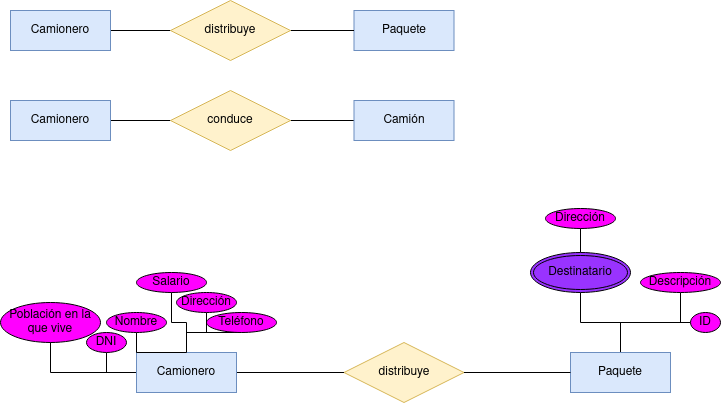
Before: Unidad-1/Tareas/Tarea-3/Diagrama Tarea 4.drawio.png, a diagram exported from draw.io (RafaelMayor/base-datos). Source tidied: cells renumbered, new cells last; positions are measured from the earlier drawing's top-left corner, leaving out a move shared by most shapes.
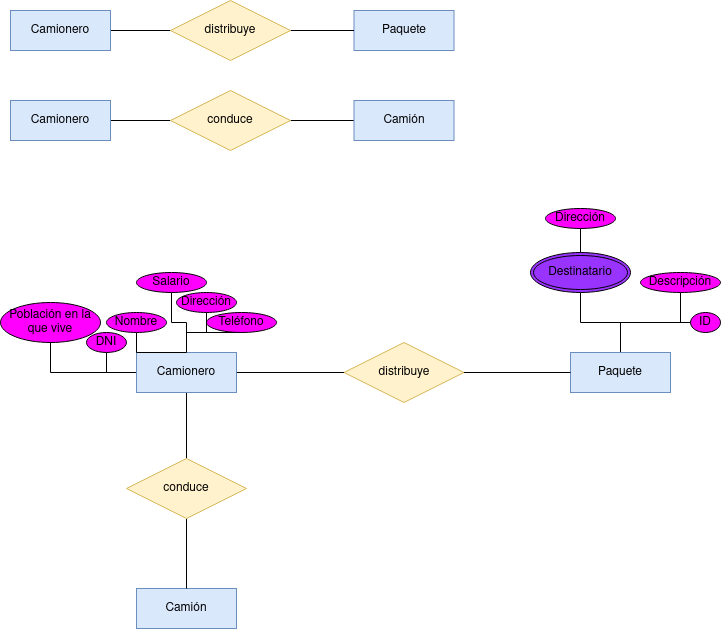
The same diagram one commit later.

The edit, as a diff of the source:
```diff
@@ -47,6 +47,9 @@
     <mxCell id="16" style="edgeStyle=orthogonalEdgeStyle;rounded=0;jettySize=auto;html=1;entryX=0;entryY=0.5;entryDx=0;entryDy=0;endArrow=none;endFill=0;" parent="1" edge="1" source="17" target="36">
       <mxGeometry relative="1" as="geometry" />
     </mxCell>
+    <mxCell id="37" style="edgeStyle=orthogonalEdgeStyle;rounded=0;jettySize=auto;html=1;entryX=0.5;entryY=0;entryDx=0;entryDy=0;endArrow=none;endFill=0;" parent="1" edge="1" source="17" target="40">
+      <mxGeometry relative="1" as="geometry" />
+    </mxCell>
     <mxCell id="17" value="Camionero" style="whiteSpace=wrap;html=1;align=center;fillColor=#dae8fc;strokeColor=#6c8ebf;" parent="1" vertex="1">
       <mxGeometry x="136" y="352" width="100" height="40" as="geometry" />
     </mxCell>
@@ -107,5 +110,14 @@
     <mxCell id="36" value="distribuye" style="shape=rhombus;perimeter=rhombusPerimeter;whiteSpace=wrap;html=1;align=center;fillColor=#fff2cc;strokeColor=#d6b656;" parent="1" vertex="1">
       <mxGeometry x="343.5" y="342" width="120" height="60" as="geometry" />
     </mxCell>
+    <mxCell id="38" value="Camión" style="whiteSpace=wrap;html=1;align=center;fillColor=#dae8fc;strokeColor=#6c8ebf;" parent="1" vertex="1">
+      <mxGeometry x="136" y="588" width="100" height="40" as="geometry" />
+    </mxCell>
+    <mxCell id="39" style="edgeStyle=orthogonalEdgeStyle;rounded=0;jettySize=auto;html=1;entryX=0.5;entryY=0;entryDx=0;entryDy=0;endArrow=none;endFill=0;" parent="1" edge="1" source="40" target="38">
+      <mxGeometry relative="1" as="geometry" />
+    </mxCell>
+    <mxCell id="40" value="conduce" style="shape=rhombus;perimeter=rhombusPerimeter;whiteSpace=wrap;html=1;align=center;fillColor=#fff2cc;strokeColor=#d6b656;" parent="1" vertex="1">
+      <mxGeometry x="126" y="458" width="120" height="60" as="geometry" />
+    </mxCell>
   </root>
 </mxGraphModel>
```
